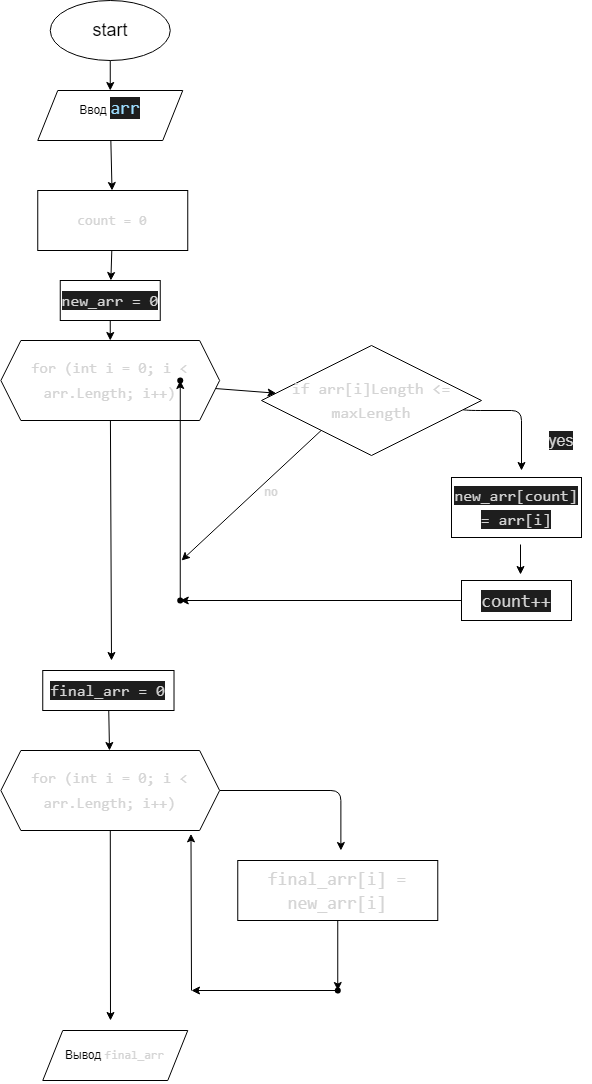
Before: itog/diagram.drawio.png, a diagram exported from draw.io (JuliaSukhova/Result). Source tidied: cells renumbered, new cells last; positions are measured from the earlier drawing's top-left corner, leaving out a move shared by most shapes.
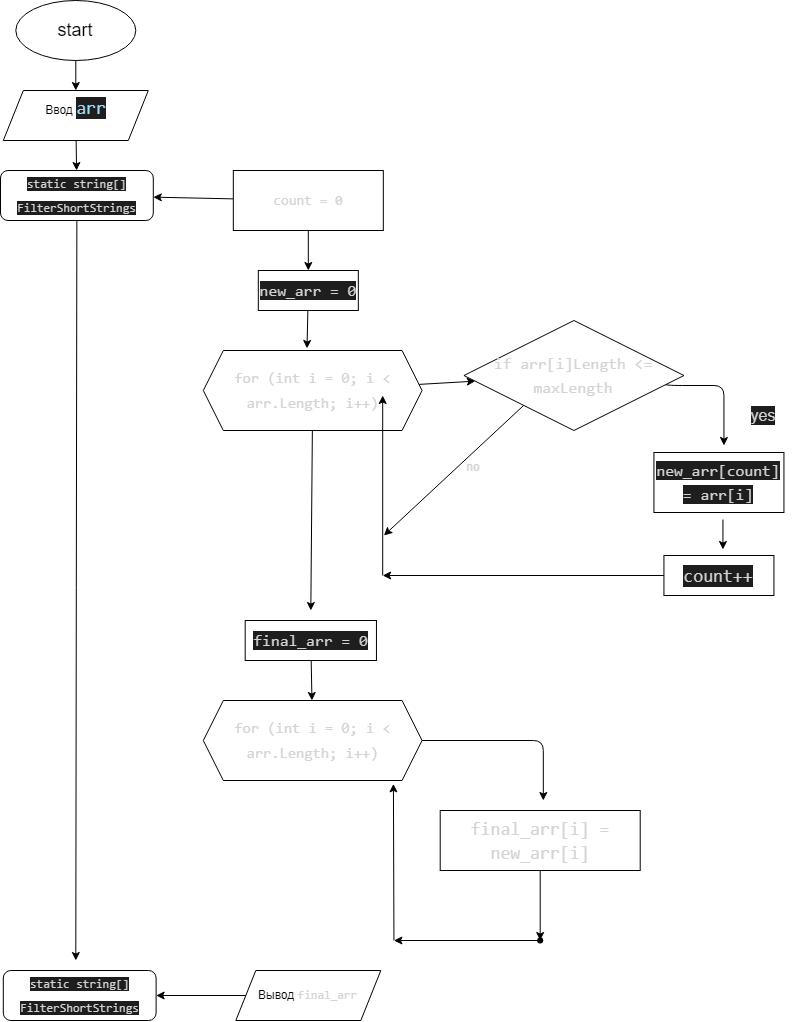
After the commit.

Commit message:
Блок схема новая

Change to the diagram source:
```diff
@@ -4,137 +4,143 @@
     <mxCell id="1" parent="0" />
     <mxCell id="2" style="edgeStyle=none;html=1;fontSize=18;" parent="1" edge="1" source="3">
       <mxGeometry relative="1" as="geometry">
-        <mxPoint x="109.8" y="90" as="targetPoint" />
+        <mxPoint x="-36.7" y="90" as="targetPoint" />
       </mxGeometry>
     </mxCell>
     <mxCell id="3" value="&lt;font style=&quot;font-size: 18px;&quot;&gt;start&lt;/font&gt;" style="ellipse;whiteSpace=wrap;html=1;" parent="1" vertex="1">
-      <mxGeometry x="49.8" width="120" height="60" as="geometry" />
+      <mxGeometry x="-96.7" width="120" height="60" as="geometry" />
     </mxCell>
-    <mxCell id="4" style="edgeStyle=none;html=1;" parent="1" edge="1" source="5" target="7">
-      <mxGeometry relative="1" as="geometry" />
-    </mxCell>
+    <mxCell id="37" style="edgeStyle=none;html=1;fontSize=12;fontColor=#D4D4D4;" parent="1" edge="1" source="5" target="42">
+      <mxGeometry relative="1" as="geometry" />
+    </mxCell>
     <mxCell id="5" value="Ввод&amp;nbsp;&lt;span style=&quot;color: rgb(156, 220, 254); background-color: rgb(30, 30, 30); font-family: Consolas, &amp;quot;Courier New&amp;quot;, monospace; font-size: 18px;&quot;&gt;arr&lt;/span&gt;&lt;br&gt;&lt;span style=&quot;background-color: initial;&quot;&gt;&amp;nbsp;&lt;/span&gt;" style="shape=parallelogram;perimeter=parallelogramPerimeter;whiteSpace=wrap;html=1;fixedSize=1;" parent="1" vertex="1">
-      <mxGeometry x="37.2" y="90" width="145" height="50" as="geometry" />
+      <mxGeometry x="-109.2" y="90" width="145" height="50" as="geometry" />
     </mxCell>
     <mxCell id="6" style="edgeStyle=none;html=1;fontSize=12;fontColor=#D4D4D4;" parent="1" edge="1" source="7" target="33">
       <mxGeometry relative="1" as="geometry" />
     </mxCell>
+    <mxCell id="38" style="edgeStyle=none;html=1;fontSize=12;fontColor=#D4D4D4;" parent="1" edge="1" source="7" target="42">
+      <mxGeometry relative="1" as="geometry" />
+    </mxCell>
     <mxCell id="7" value="&lt;div style=&quot;font-family: Consolas, &amp;quot;Courier New&amp;quot;, monospace; font-size: 14px; line-height: 24px;&quot;&gt;&lt;font style=&quot;&quot; color=&quot;#d4d4d4&quot;&gt;count = 0&lt;/font&gt;&lt;/div&gt;" style="whiteSpace=wrap;html=1;" parent="1" vertex="1">
-      <mxGeometry x="37.2" y="190" width="150" height="60" as="geometry" />
+      <mxGeometry x="120.8" y="170" width="150" height="60" as="geometry" />
     </mxCell>
-    <mxCell id="8" style="edgeStyle=none;html=1;fontSize=16;fontColor=#D4D4D4;" parent="1" edge="1" source="10">
-      <mxGeometry relative="1" as="geometry">
-        <mxPoint x="111" y="660" as="targetPoint" />
-      </mxGeometry>
-    </mxCell>
     <mxCell id="9" style="edgeStyle=none;html=1;fontSize=12;fontColor=#D4D4D4;" parent="1" edge="1" source="10" target="13">
       <mxGeometry relative="1" as="geometry" />
     </mxCell>
+    <mxCell id="39" style="edgeStyle=none;html=1;fontSize=12;fontColor=#D4D4D4;" parent="1" edge="1" source="10">
+      <mxGeometry relative="1" as="geometry">
+        <mxPoint x="198.3" y="610" as="targetPoint" />
+      </mxGeometry>
+    </mxCell>
     <mxCell id="10" value="&lt;div style=&quot;font-family: Consolas, &amp;quot;Courier New&amp;quot;, monospace; line-height: 24px;&quot;&gt;&lt;font style=&quot;font-size: 15px;&quot; color=&quot;#d4d4d4&quot;&gt;for (int i = 0; i &amp;lt; arr.Length; i++)&lt;/font&gt;&lt;/div&gt;" style="shape=hexagon;perimeter=hexagonPerimeter2;whiteSpace=wrap;html=1;fixedSize=1;" parent="1" vertex="1">
-      <mxGeometry x="0.4" y="340" width="218.8" height="80" as="geometry" />
+      <mxGeometry x="90.8" y="350" width="218.8" height="80" as="geometry" />
     </mxCell>
     <mxCell id="11" style="edgeStyle=none;html=1;fontSize=17;fontColor=#D4D4D4;" parent="1" edge="1" source="13">
       <mxGeometry relative="1" as="geometry">
-        <mxPoint x="521" y="470" as="targetPoint" />
+        <mxPoint x="611.4" y="445" as="targetPoint" />
         <Array as="points">
-          <mxPoint x="469.8" y="410" />
-          <mxPoint x="521" y="410" />
+          <mxPoint x="560.2" y="385" />
+          <mxPoint x="611.4" y="385" />
         </Array>
       </mxGeometry>
     </mxCell>
     <mxCell id="12" style="edgeStyle=none;html=1;fontSize=12;fontColor=#D4D4D4;" parent="1" edge="1">
       <mxGeometry relative="1" as="geometry">
-        <mxPoint x="326" y="425" as="sourcePoint" />
-        <mxPoint x="181" y="560" as="targetPoint" />
+        <mxPoint x="416.4" y="400" as="sourcePoint" />
+        <mxPoint x="271.4" y="535" as="targetPoint" />
       </mxGeometry>
     </mxCell>
     <mxCell id="13" value="&lt;div style=&quot;font-family: Consolas, &amp;quot;Courier New&amp;quot;, monospace; line-height: 24px; font-size: 16px;&quot;&gt;if arr[i]&lt;span style=&quot;&quot;&gt;Length&lt;/span&gt;&lt;span style=&quot;&quot;&gt; &lt;/span&gt;&lt;span style=&quot;&quot;&gt;&amp;lt;=&lt;/span&gt;&lt;span style=&quot;&quot;&gt; &lt;/span&gt;&lt;span style=&quot;&quot;&gt;maxLength&lt;/span&gt;&lt;/div&gt;" style="rhombus;whiteSpace=wrap;html=1;labelBackgroundColor=none;fontSize=15;fontColor=#D4D4D4;" parent="1" vertex="1">
-      <mxGeometry x="261" y="345" width="220" height="110" as="geometry" />
+      <mxGeometry x="351.4" y="320" width="220" height="110" as="geometry" />
     </mxCell>
     <mxCell id="14" style="edgeStyle=none;html=1;fontSize=16;fontColor=#D4D4D4;" parent="1" edge="1">
       <mxGeometry relative="1" as="geometry">
-        <mxPoint x="520" y="544" as="sourcePoint" />
-        <mxPoint x="520" y="574" as="targetPoint" />
+        <mxPoint x="610.4" y="519" as="sourcePoint" />
+        <mxPoint x="610.4" y="549" as="targetPoint" />
       </mxGeometry>
     </mxCell>
     <mxCell id="15" value="&lt;div style=&quot;font-family: Consolas, &amp;quot;Courier New&amp;quot;, monospace; font-size: 16px; line-height: 24px;&quot;&gt;&lt;span style=&quot;background-color: rgb(30, 30, 30);&quot;&gt;new_arr[count] = arr[i]&lt;/span&gt;&lt;/div&gt;" style="whiteSpace=wrap;html=1;fontSize=15;fontColor=#D4D4D4;labelBackgroundColor=none;" parent="1" vertex="1">
-      <mxGeometry x="451" y="477" width="130" height="60" as="geometry" />
+      <mxGeometry x="541.4" y="452" width="130" height="60" as="geometry" />
     </mxCell>
-    <mxCell id="16" style="edgeStyle=none;html=1;fontSize=12;fontColor=#D4D4D4;" parent="1" edge="1" source="17" target="27">
-      <mxGeometry relative="1" as="geometry" />
+    <mxCell id="16" style="edgeStyle=none;html=1;fontSize=12;fontColor=#D4D4D4;" parent="1" edge="1" source="17">
+      <mxGeometry relative="1" as="geometry">
+        <mxPoint x="270.2" y="575" as="targetPoint" />
+      </mxGeometry>
     </mxCell>
     <mxCell id="17" value="&lt;div style=&quot;font-family: Consolas, &amp;quot;Courier New&amp;quot;, monospace; font-size: 18px; line-height: 24px;&quot;&gt;&lt;span style=&quot;background-color: rgb(30, 30, 30);&quot;&gt;count++&lt;/span&gt;&lt;/div&gt;" style="whiteSpace=wrap;html=1;fontSize=15;fontColor=#D4D4D4;labelBackgroundColor=none;" parent="1" vertex="1">
-      <mxGeometry x="461" y="580" width="110" height="40" as="geometry" />
+      <mxGeometry x="551.4" y="555" width="110" height="40" as="geometry" />
     </mxCell>
     <mxCell id="18" value="yes" style="text;html=1;strokeColor=none;fillColor=none;align=center;verticalAlign=middle;whiteSpace=wrap;rounded=0;labelBackgroundColor=#1E1E1E;fontSize=16;fontColor=#D4D4D4;" parent="1" vertex="1">
-      <mxGeometry x="530.8" y="425" width="60" height="30" as="geometry" />
+      <mxGeometry x="621.2" y="400" width="60" height="30" as="geometry" />
     </mxCell>
     <mxCell id="19" style="edgeStyle=none;html=1;fontSize=16;fontColor=#D4D4D4;" parent="1" edge="1" source="21">
       <mxGeometry relative="1" as="geometry">
-        <mxPoint x="340.4" y="850" as="targetPoint" />
+        <mxPoint x="430.8" y="800" as="targetPoint" />
         <Array as="points">
-          <mxPoint x="340.4" y="790" />
+          <mxPoint x="430.8" y="740" />
         </Array>
       </mxGeometry>
     </mxCell>
-    <mxCell id="20" style="edgeStyle=none;html=1;fontSize=16;fontColor=#D4D4D4;" parent="1" edge="1" source="21">
-      <mxGeometry relative="1" as="geometry">
-        <mxPoint x="110" y="1020" as="targetPoint" />
-      </mxGeometry>
-    </mxCell>
     <mxCell id="21" value="&lt;div style=&quot;font-family: Consolas, &amp;quot;Courier New&amp;quot;, monospace; line-height: 24px;&quot;&gt;&lt;font style=&quot;font-size: 15px;&quot; color=&quot;#d4d4d4&quot;&gt;for (int i = 0; i &amp;lt; arr.Length; i++)&lt;/font&gt;&lt;/div&gt;" style="shape=hexagon;perimeter=hexagonPerimeter2;whiteSpace=wrap;html=1;fixedSize=1;" parent="1" vertex="1">
-      <mxGeometry x="0.4" y="750" width="218.8" height="80" as="geometry" />
+      <mxGeometry x="90.8" y="700" width="218.8" height="80" as="geometry" />
     </mxCell>
     <mxCell id="22" style="edgeStyle=none;html=1;fontSize=12;fontColor=#D4D4D4;" parent="1" edge="1" source="23" target="29">
       <mxGeometry relative="1" as="geometry" />
     </mxCell>
     <mxCell id="23" value="&lt;div style=&quot;font-family: Consolas, &amp;quot;Courier New&amp;quot;, monospace; font-size: 18px; line-height: 24px;&quot;&gt;&lt;font style=&quot;&quot; color=&quot;#d4d4d4&quot;&gt;final_arr[i] = new_arr[i]&lt;/font&gt;&lt;/div&gt;" style="whiteSpace=wrap;html=1;" parent="1" vertex="1">
-      <mxGeometry x="237.3" y="860" width="200" height="60" as="geometry" />
+      <mxGeometry x="327.7" y="810" width="200" height="60" as="geometry" />
     </mxCell>
-    <mxCell id="24" style="edgeStyle=none;html=1;fontSize=16;fontColor=#D4D4D4;" parent="1" edge="1" source="25">
-      <mxGeometry relative="1" as="geometry">
-        <mxPoint x="109.8" y="1075" as="targetPoint" />
-      </mxGeometry>
-    </mxCell>
+    <mxCell id="40" style="edgeStyle=none;html=1;fontSize=12;fontColor=#D4D4D4;" parent="1" edge="1" source="25" target="43">
+      <mxGeometry relative="1" as="geometry" />
+    </mxCell>
     <mxCell id="25" value="Вывод&amp;nbsp;&lt;span style=&quot;color: rgb(212, 212, 212); font-family: Consolas, &amp;quot;Courier New&amp;quot;, monospace;&quot;&gt;&lt;font style=&quot;font-size: 12px;&quot;&gt;final_arr&lt;/font&gt;&lt;/span&gt;" style="shape=parallelogram;perimeter=parallelogramPerimeter;whiteSpace=wrap;html=1;fixedSize=1;" parent="1" vertex="1">
-      <mxGeometry x="42.2" y="1030" width="145" height="50" as="geometry" />
+      <mxGeometry x="123.3" y="970" width="145" height="50" as="geometry" />
     </mxCell>
-    <mxCell id="26" style="edgeStyle=none;html=1;fontSize=12;fontColor=#D4D4D4;" parent="1" edge="1" source="27" target="30">
-      <mxGeometry relative="1" as="geometry" />
+    <mxCell id="26" style="edgeStyle=none;html=1;fontSize=12;fontColor=#D4D4D4;" parent="1" edge="1">
+      <mxGeometry relative="1" as="geometry">
+        <mxPoint x="270.2" y="575" as="sourcePoint" />
+        <mxPoint x="270.2" y="395" as="targetPoint" />
+      </mxGeometry>
     </mxCell>
-    <mxCell id="27" style="shape=waypoint;sketch=0;size=6;points=[];fillColor=default;perimeter=centerPerimeter;snapToPoint=1;fontSize=15;fontColor=#D4D4D4;labelBackgroundColor=none;" parent="1" vertex="1">
-      <mxGeometry x="169.8" y="590" width="20" height="20" as="geometry" />
-    </mxCell>
     <mxCell id="28" style="edgeStyle=none;html=1;fontSize=12;fontColor=#D4D4D4;exitX=0.687;exitY=-0.25;exitDx=0;exitDy=0;exitPerimeter=0;" parent="1" edge="1" source="29">
       <mxGeometry relative="1" as="geometry">
-        <mxPoint x="191" y="990" as="targetPoint" />
+        <mxPoint x="281.4" y="940" as="targetPoint" />
       </mxGeometry>
     </mxCell>
     <mxCell id="29" style="shape=waypoint;sketch=0;size=6;points=[];fillColor=default;perimeter=centerPerimeter;snapToPoint=1;" parent="1" vertex="1">
-      <mxGeometry x="327.3" y="980" width="20" height="20" as="geometry" />
+      <mxGeometry x="417.7" y="930" width="20" height="20" as="geometry" />
     </mxCell>
-    <mxCell id="30" style="shape=waypoint;sketch=0;size=6;points=[];fillColor=default;perimeter=centerPerimeter;snapToPoint=1;fontSize=15;fontColor=#D4D4D4;labelBackgroundColor=none;" parent="1" vertex="1">
-      <mxGeometry x="169.8" y="370" width="20" height="20" as="geometry" />
-    </mxCell>
     <mxCell id="31" style="edgeStyle=none;html=1;fontSize=12;fontColor=#D4D4D4;entryX=0.869;entryY=1.042;entryDx=0;entryDy=0;entryPerimeter=0;" parent="1" edge="1" target="21">
       <mxGeometry relative="1" as="geometry">
-        <mxPoint x="191" y="990" as="sourcePoint" />
+        <mxPoint x="281.4" y="940" as="sourcePoint" />
       </mxGeometry>
     </mxCell>
-    <mxCell id="32" style="edgeStyle=none;html=1;fontSize=12;fontColor=#D4D4D4;" parent="1" edge="1" source="33" target="10">
+    <mxCell id="32" style="edgeStyle=none;html=1;fontSize=12;fontColor=#D4D4D4;entryX=0.474;entryY=-0.026;entryDx=0;entryDy=0;entryPerimeter=0;" parent="1" edge="1" source="33" target="10">
       <mxGeometry relative="1" as="geometry" />
     </mxCell>
     <mxCell id="33" value="&lt;span style=&quot;font-family: Consolas, &amp;quot;Courier New&amp;quot;, monospace; font-size: 16px;&quot;&gt;new_arr = 0&lt;/span&gt;" style="rounded=0;whiteSpace=wrap;html=1;labelBackgroundColor=#1E1E1E;fontSize=12;fontColor=#D4D4D4;" parent="1" vertex="1">
-      <mxGeometry x="59.8" y="280" width="100" height="40" as="geometry" />
+      <mxGeometry x="145.8" y="270" width="100" height="40" as="geometry" />
     </mxCell>
     <mxCell id="34" style="edgeStyle=none;html=1;fontSize=12;fontColor=#D4D4D4;" parent="1" edge="1" source="35" target="21">
       <mxGeometry relative="1" as="geometry" />
     </mxCell>
     <mxCell id="35" value="&lt;span style=&quot;font-family: Consolas, &amp;quot;Courier New&amp;quot;, monospace; font-size: 16px;&quot;&gt;final_arr = 0&lt;/span&gt;" style="rounded=0;whiteSpace=wrap;html=1;labelBackgroundColor=#1E1E1E;fontSize=12;fontColor=#D4D4D4;" parent="1" vertex="1">
-      <mxGeometry x="42.2" y="670" width="131.3" height="40" as="geometry" />
+      <mxGeometry x="132.7" y="620" width="131.3" height="40" as="geometry" />
     </mxCell>
     <mxCell id="36" value="no" style="text;html=1;strokeColor=none;fillColor=none;align=center;verticalAlign=middle;whiteSpace=wrap;rounded=0;labelBackgroundColor=none;fontSize=12;fontColor=#D4D4D4;" parent="1" vertex="1">
-      <mxGeometry x="241" y="477" width="60" height="30" as="geometry" />
+      <mxGeometry x="331.4" y="452" width="60" height="30" as="geometry" />
     </mxCell>
+    <mxCell id="41" style="edgeStyle=none;html=1;fontSize=12;fontColor=#D4D4D4;" parent="1" edge="1" source="42">
+      <mxGeometry relative="1" as="geometry">
+        <mxPoint x="-36.7" y="960" as="targetPoint" />
+      </mxGeometry>
+    </mxCell>
+    <mxCell id="42" value="&lt;div style=&quot;font-family: Consolas, &amp;quot;Courier New&amp;quot;, monospace; line-height: 24px;&quot;&gt;&lt;span style=&quot;background-color: rgb(30, 30, 30);&quot;&gt;&lt;font style=&quot;font-size: 12px;&quot;&gt;static string[] FilterShortStrings&lt;/font&gt;&lt;/span&gt;&lt;/div&gt;" style="rounded=1;whiteSpace=wrap;html=1;labelBackgroundColor=none;fontSize=12;fontColor=#D4D4D4;" parent="1" vertex="1">
+      <mxGeometry x="-112" y="170" width="152.8" height="50" as="geometry" />
+    </mxCell>
+    <mxCell id="43" value="&lt;div style=&quot;font-family: Consolas, &amp;quot;Courier New&amp;quot;, monospace; line-height: 24px;&quot;&gt;&lt;span style=&quot;background-color: rgb(30, 30, 30);&quot;&gt;&lt;font style=&quot;font-size: 12px;&quot;&gt;static string[] FilterShortStrings&lt;/font&gt;&lt;/span&gt;&lt;/div&gt;" style="rounded=1;whiteSpace=wrap;html=1;labelBackgroundColor=none;fontSize=12;fontColor=#D4D4D4;" parent="1" vertex="1">
+      <mxGeometry x="-109.2" y="970" width="152.8" height="50" as="geometry" />
+    </mxCell>
   </root>
 </mxGraphModel>
```
